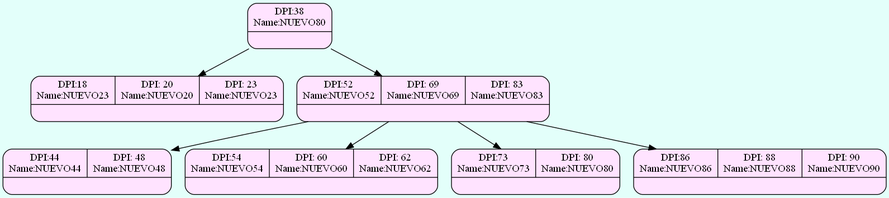
The Graphviz diagram FASE 2/Grafico/Admin_Btree_Clients.png in Serch-ING/EDD_UDRAWING_202000119, before a commit. Its source is kept beside it as FASE 2/Grafico/Admin_Btree_Clients.dot.
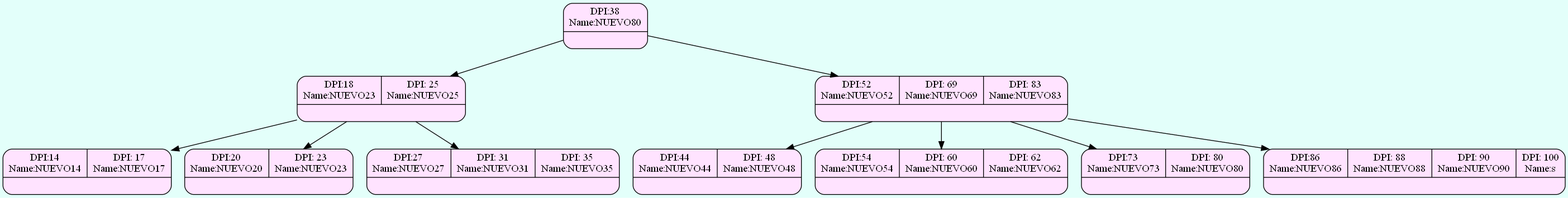
The same file after the commit.

What changed in the source:
```diff
@@ -1,18 +1,24 @@
 digraph structs {
   bgcolor = "#E3FFFA"
  node [shape=Mrecord fillcolor="#FFE3FF" style =filled];
-struct1377033838[label="{{DPI:38\nName:NUEVO80}|<here>}"];
-struct1890947832[label="{{DPI:18\nName:NUEVO23|DPI: 20\nName:NUEVO20|DPI: 23\nName:NUEVO23}|<here>}"];
-struct1221991561[label="{{DPI:52\nName:NUEVO52|DPI: 69\nName:NUEVO69|DPI: 83\nName:NUEVO83}|<here>}"];
-struct844057639[label="{{DPI:44\nName:NUEVO44|DPI: 48\nName:NUEVO48}|<here>}"];
-struct1347949463[label="{{DPI:54\nName:NUEVO54|DPI: 60\nName:NUEVO60|DPI: 62\nName:NUEVO62}|<here>}"];
-struct484525418[label="{{DPI:73\nName:NUEVO73|DPI: 80\nName:NUEVO80}|<here>}"];
-struct2132426047[label="{{DPI:86\nName:NUEVO86|DPI: 88\nName:NUEVO88|DPI: 90\nName:NUEVO90}|<here>}"];
+struct419811119[label="{{DPI:38\nName:NUEVO80}|<here>}"];
+struct619387461[label="{{DPI:18\nName:NUEVO23|DPI: 25\nName:NUEVO25}|<here>}"];
+struct593836204[label="{{DPI:52\nName:NUEVO52|DPI: 69\nName:NUEVO69|DPI: 83\nName:NUEVO83}|<here>}"];
+struct1259706411[label="{{DPI:14\nName:NUEVO14|DPI: 17\nName:NUEVO17}|<here>}"];
+struct2094947025[label="{{DPI:20\nName:NUEVO20|DPI: 23\nName:NUEVO23}|<here>}"];
+struct1789501[label="{{DPI:27\nName:NUEVO27|DPI: 31\nName:NUEVO31|DPI: 35\nName:NUEVO35}|<here>}"];
+struct171030218[label="{{DPI:44\nName:NUEVO44|DPI: 48\nName:NUEVO48}|<here>}"];
+struct1828893543[label="{{DPI:54\nName:NUEVO54|DPI: 60\nName:NUEVO60|DPI: 62\nName:NUEVO62}|<here>}"];
+struct1661232324[label="{{DPI:73\nName:NUEVO73|DPI: 80\nName:NUEVO80}|<here>}"];
+struct1749806211[label="{{DPI:86\nName:NUEVO86|DPI: 88\nName:NUEVO88|DPI: 90\nName:NUEVO90|DPI: 100\nName:s}|<here>}"];
 
-struct1377033838->struct1890947832;
-struct1377033838->struct1221991561;
-struct1221991561->struct844057639;
-struct1221991561->struct1347949463;
-struct1221991561->struct484525418;
-struct1221991561->struct2132426047;
+struct419811119->struct619387461;
+struct419811119->struct593836204;
+struct619387461->struct1259706411;
+struct619387461->struct2094947025;
+struct619387461->struct1789501;
+struct593836204->struct171030218;
+struct593836204->struct1828893543;
+struct593836204->struct1661232324;
+struct593836204->struct1749806211;
 }
```
